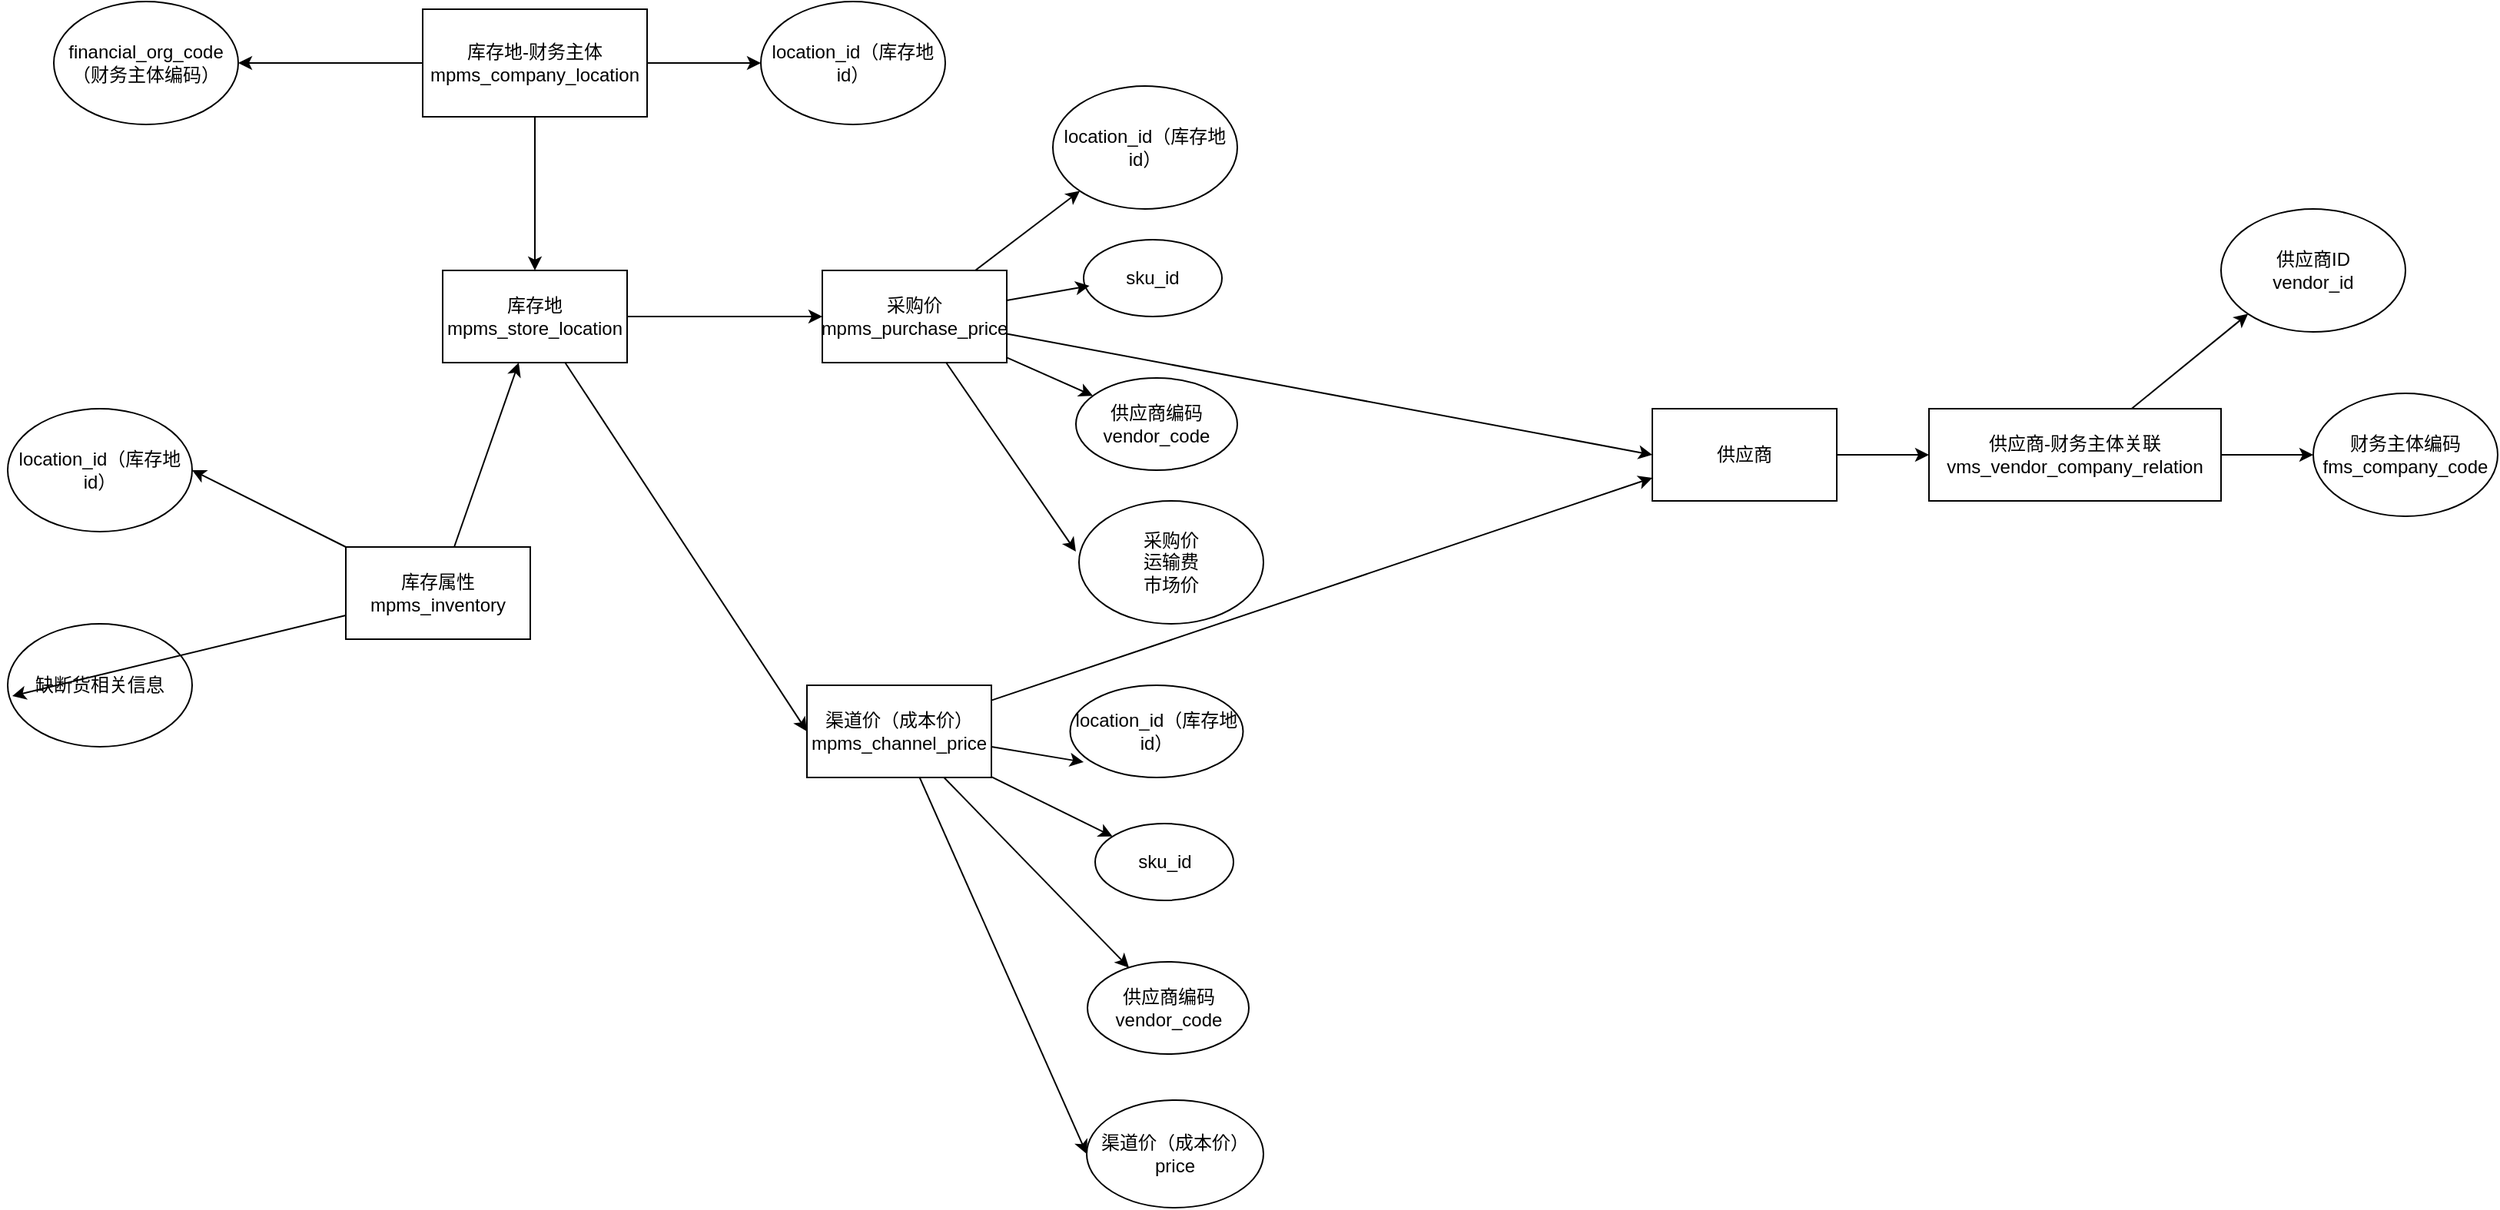
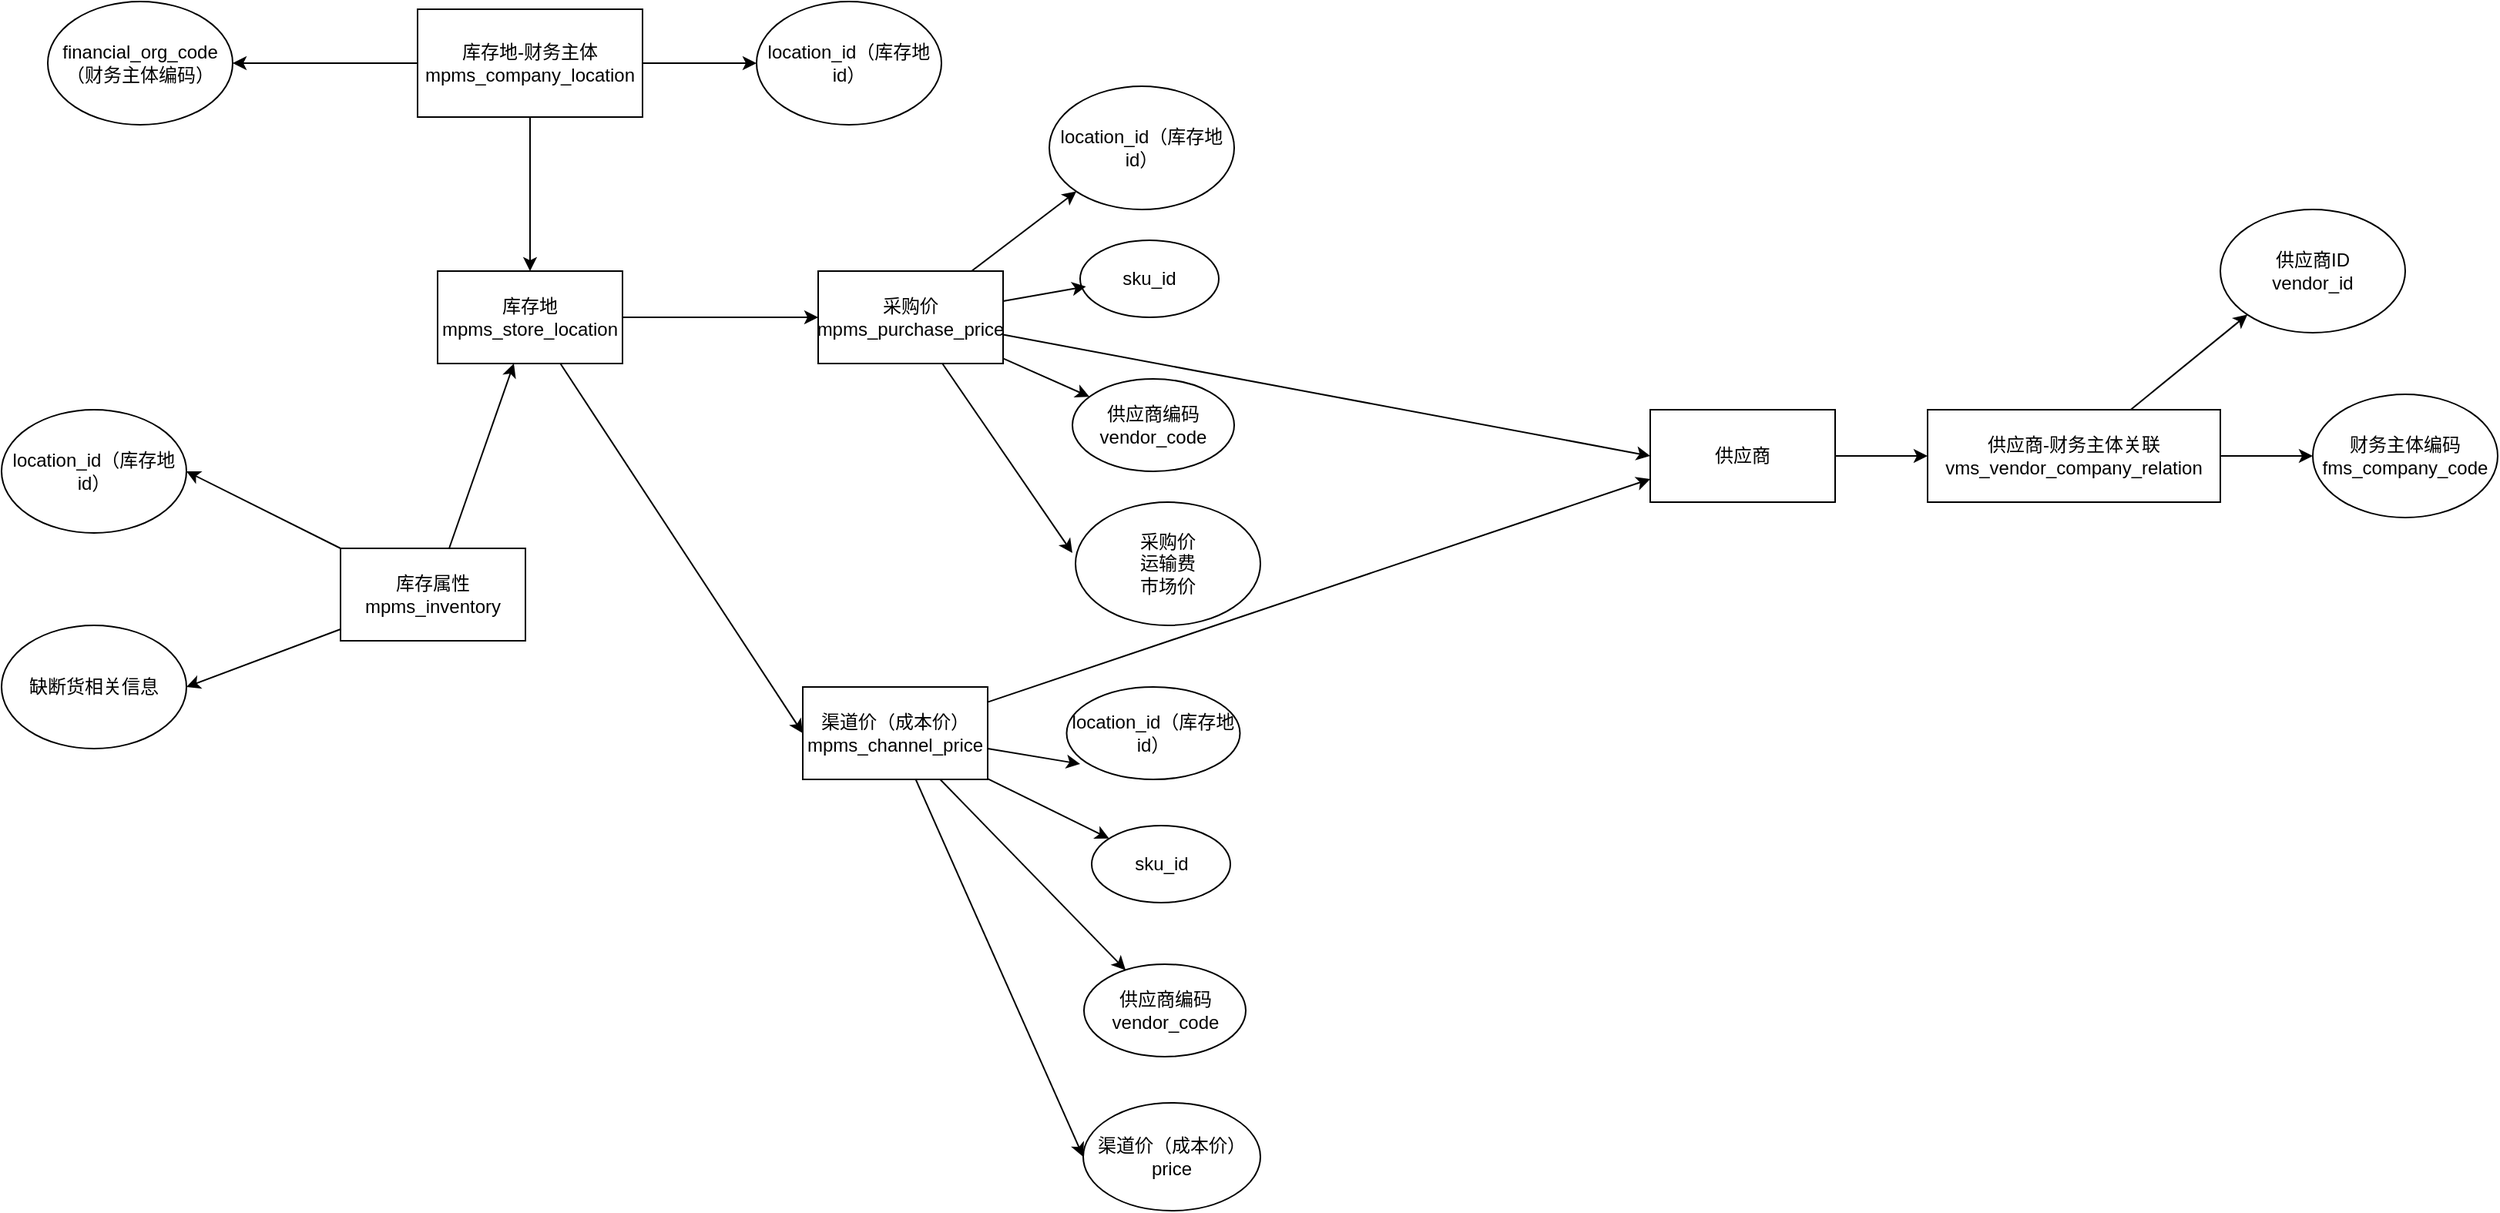
<mxfile host="app.diagrams.net">
  <diagram name="第 1 页" id="_-H1i7JenuiPokZSvulY">
    <mxGraphModel dx="1006" dy="593" grid="1" gridSize="10" guides="1" tooltips="1" connect="1" arrows="1" fold="1" page="1" pageScale="1" pageWidth="827" pageHeight="1169" math="0" shadow="0">
      <root>
        <mxCell id="0" />
        <mxCell id="1" parent="0" />
        <mxCell id="jKAomShpNNPLITlztvu1-15" edge="1" parent="1" source="jKAomShpNNPLITlztvu1-1" style="rounded=0;orthogonalLoop=1;jettySize=auto;html=1;entryX=0;entryY=0.5;entryDx=0;entryDy=0;" target="jKAomShpNNPLITlztvu1-14">
          <mxGeometry relative="1" as="geometry" />
        </mxCell>
        <mxCell id="_Bje_9z_HBgtsjj9f77f-2" edge="1" parent="1" source="jKAomShpNNPLITlztvu1-1" style="rounded=0;orthogonalLoop=1;jettySize=auto;html=1;entryX=0;entryY=0.5;entryDx=0;entryDy=0;" target="_Bje_9z_HBgtsjj9f77f-1">
          <mxGeometry relative="1" as="geometry" />
        </mxCell>
        <mxCell id="jKAomShpNNPLITlztvu1-1" parent="1" style="rounded=0;whiteSpace=wrap;html=1;" value="库存地mpms_store_location" vertex="1">
          <mxGeometry height="60" width="120" x="293" y="180" as="geometry" />
        </mxCell>
        <mxCell id="jKAomShpNNPLITlztvu1-4" edge="1" parent="1" source="jKAomShpNNPLITlztvu1-2" style="rounded=0;orthogonalLoop=1;jettySize=auto;html=1;" target="jKAomShpNNPLITlztvu1-3">
          <mxGeometry relative="1" as="geometry" />
        </mxCell>
        <mxCell id="jKAomShpNNPLITlztvu1-6" edge="1" parent="1" source="jKAomShpNNPLITlztvu1-2" style="edgeStyle=orthogonalEdgeStyle;rounded=0;orthogonalLoop=1;jettySize=auto;html=1;entryX=1;entryY=0.5;entryDx=0;entryDy=0;" target="jKAomShpNNPLITlztvu1-5">
          <mxGeometry relative="1" as="geometry" />
        </mxCell>
        <mxCell id="jKAomShpNNPLITlztvu1-7" edge="1" parent="1" source="jKAomShpNNPLITlztvu1-2" style="rounded=0;orthogonalLoop=1;jettySize=auto;html=1;entryX=0.5;entryY=0;entryDx=0;entryDy=0;" target="jKAomShpNNPLITlztvu1-1">
          <mxGeometry relative="1" as="geometry" />
        </mxCell>
        <mxCell id="jKAomShpNNPLITlztvu1-2" parent="1" style="rounded=0;whiteSpace=wrap;html=1;" value="库存地-财务主体mpms_company_location" vertex="1">
          <mxGeometry height="70" width="146" x="280" y="10" as="geometry" />
        </mxCell>
        <mxCell id="jKAomShpNNPLITlztvu1-3" parent="1" style="ellipse;whiteSpace=wrap;html=1;" value="location_id（库存地id）" vertex="1">
          <mxGeometry height="80" width="120" x="500" y="5" as="geometry" />
        </mxCell>
        <mxCell id="jKAomShpNNPLITlztvu1-5" parent="1" style="ellipse;whiteSpace=wrap;html=1;" value="financial_org_code（财务主体编码）" vertex="1">
          <mxGeometry height="80" width="120" x="40" y="5" as="geometry" />
        </mxCell>
        <mxCell id="jKAomShpNNPLITlztvu1-10" edge="1" parent="1" source="jKAomShpNNPLITlztvu1-8" style="rounded=0;orthogonalLoop=1;jettySize=auto;html=1;entryX=1;entryY=0.5;entryDx=0;entryDy=0;" target="jKAomShpNNPLITlztvu1-9">
          <mxGeometry relative="1" as="geometry" />
        </mxCell>
        <mxCell id="jKAomShpNNPLITlztvu1-11" edge="1" parent="1" source="jKAomShpNNPLITlztvu1-8" style="rounded=0;orthogonalLoop=1;jettySize=auto;html=1;" target="jKAomShpNNPLITlztvu1-1">
          <mxGeometry relative="1" as="geometry" />
        </mxCell>
        <mxCell id="jKAomShpNNPLITlztvu1-8" parent="1" style="rounded=0;whiteSpace=wrap;html=1;" value="库存属性mpms_inventory" vertex="1">
          <mxGeometry height="60" width="120" x="230" y="360" as="geometry" />
        </mxCell>
        <mxCell id="jKAomShpNNPLITlztvu1-9" parent="1" style="ellipse;whiteSpace=wrap;html=1;" value="location_id（库存地id）" vertex="1">
          <mxGeometry height="80" width="120" x="10" y="270" as="geometry" />
        </mxCell>
        <mxCell id="jKAomShpNNPLITlztvu1-12" parent="1" style="ellipse;whiteSpace=wrap;html=1;" value="缺断货相关信息" vertex="1">
          <mxGeometry height="80" width="120" x="10" y="410" as="geometry" />
        </mxCell>
-         <mxCell id="jKAomShpNNPLITlztvu1-13" edge="1" parent="1" source="jKAomShpNNPLITlztvu1-8" style="rounded=0;orthogonalLoop=1;jettySize=auto;html=1;entryX=0.025;entryY=0.588;entryDx=0;entryDy=0;entryPerimeter=0;" target="jKAomShpNNPLITlztvu1-12">
+         <mxCell id="jKAomShpNNPLITlztvu1-13" edge="1" parent="1" source="jKAomShpNNPLITlztvu1-8" style="rounded=0;orthogonalLoop=1;jettySize=auto;html=1;entryX=1;entryY=0.5;entryDx=0;entryDy=0;" target="jKAomShpNNPLITlztvu1-12">
          <mxGeometry relative="1" as="geometry" />
        </mxCell>
        <mxCell id="jKAomShpNNPLITlztvu1-17" edge="1" parent="1" source="jKAomShpNNPLITlztvu1-14" style="rounded=0;orthogonalLoop=1;jettySize=auto;html=1;entryX=0;entryY=1;entryDx=0;entryDy=0;" target="jKAomShpNNPLITlztvu1-16">
          <mxGeometry relative="1" as="geometry" />
        </mxCell>
        <mxCell id="jKAomShpNNPLITlztvu1-22" edge="1" parent="1" source="jKAomShpNNPLITlztvu1-14" style="rounded=0;orthogonalLoop=1;jettySize=auto;html=1;" target="jKAomShpNNPLITlztvu1-21">
          <mxGeometry relative="1" as="geometry" />
        </mxCell>
        <mxCell id="_Bje_9z_HBgtsjj9f77f-19" edge="1" parent="1" source="jKAomShpNNPLITlztvu1-14" style="rounded=0;orthogonalLoop=1;jettySize=auto;html=1;entryX=0;entryY=0.5;entryDx=0;entryDy=0;" target="_Bje_9z_HBgtsjj9f77f-11">
          <mxGeometry relative="1" as="geometry" />
        </mxCell>
        <mxCell id="jKAomShpNNPLITlztvu1-14" parent="1" style="rounded=0;whiteSpace=wrap;html=1;" value="采购价mpms_purchase_price" vertex="1">
          <mxGeometry height="60" width="120" x="540" y="180" as="geometry" />
        </mxCell>
        <mxCell id="jKAomShpNNPLITlztvu1-16" parent="1" style="ellipse;whiteSpace=wrap;html=1;" value="location_id（库存地id）" vertex="1">
          <mxGeometry height="80" width="120" x="690" y="60" as="geometry" />
        </mxCell>
        <mxCell id="jKAomShpNNPLITlztvu1-18" parent="1" style="ellipse;whiteSpace=wrap;html=1;" value="sku_id" vertex="1">
          <mxGeometry height="50" width="90" x="710" y="160" as="geometry" />
        </mxCell>
        <mxCell id="jKAomShpNNPLITlztvu1-19" edge="1" parent="1" source="jKAomShpNNPLITlztvu1-14" style="rounded=0;orthogonalLoop=1;jettySize=auto;html=1;entryX=0.042;entryY=0.6;entryDx=0;entryDy=0;entryPerimeter=0;" target="jKAomShpNNPLITlztvu1-18">
          <mxGeometry relative="1" as="geometry" />
        </mxCell>
        <mxCell id="jKAomShpNNPLITlztvu1-21" parent="1" style="ellipse;whiteSpace=wrap;html=1;" value="供应商编码vendor_code" vertex="1">
          <mxGeometry height="60" width="105" x="705" y="250" as="geometry" />
        </mxCell>
        <mxCell id="jKAomShpNNPLITlztvu1-23" parent="1" style="ellipse;whiteSpace=wrap;html=1;" value="采购价&lt;br&gt;运输费&lt;br&gt;市场价" vertex="1">
          <mxGeometry height="80" width="120" x="707" y="330" as="geometry" />
        </mxCell>
        <mxCell id="jKAomShpNNPLITlztvu1-25" edge="1" parent="1" source="jKAomShpNNPLITlztvu1-14" style="rounded=0;orthogonalLoop=1;jettySize=auto;html=1;entryX=-0.017;entryY=0.413;entryDx=0;entryDy=0;entryPerimeter=0;" target="jKAomShpNNPLITlztvu1-23">
          <mxGeometry relative="1" as="geometry" />
        </mxCell>
        <mxCell id="_Bje_9z_HBgtsjj9f77f-7" edge="1" parent="1" source="_Bje_9z_HBgtsjj9f77f-1" style="rounded=0;orthogonalLoop=1;jettySize=auto;html=1;" target="_Bje_9z_HBgtsjj9f77f-4">
          <mxGeometry relative="1" as="geometry" />
        </mxCell>
        <mxCell id="_Bje_9z_HBgtsjj9f77f-8" edge="1" parent="1" source="_Bje_9z_HBgtsjj9f77f-1" style="rounded=0;orthogonalLoop=1;jettySize=auto;html=1;" target="_Bje_9z_HBgtsjj9f77f-5">
          <mxGeometry relative="1" as="geometry" />
        </mxCell>
        <mxCell id="_Bje_9z_HBgtsjj9f77f-10" edge="1" parent="1" source="_Bje_9z_HBgtsjj9f77f-1" style="rounded=0;orthogonalLoop=1;jettySize=auto;html=1;entryX=0;entryY=0.5;entryDx=0;entryDy=0;" target="_Bje_9z_HBgtsjj9f77f-9">
          <mxGeometry relative="1" as="geometry" />
        </mxCell>
        <mxCell id="_Bje_9z_HBgtsjj9f77f-20" edge="1" parent="1" source="_Bje_9z_HBgtsjj9f77f-1" style="rounded=0;orthogonalLoop=1;jettySize=auto;html=1;entryX=0;entryY=0.75;entryDx=0;entryDy=0;" target="_Bje_9z_HBgtsjj9f77f-11">
          <mxGeometry relative="1" as="geometry" />
        </mxCell>
        <mxCell id="_Bje_9z_HBgtsjj9f77f-1" parent="1" style="rounded=0;whiteSpace=wrap;html=1;" value="渠道价（成本价）&lt;div&gt;mpms_channel_price&lt;/div&gt;" vertex="1">
          <mxGeometry height="60" width="120" x="530" y="450" as="geometry" />
        </mxCell>
        <mxCell id="_Bje_9z_HBgtsjj9f77f-3" parent="1" style="ellipse;whiteSpace=wrap;html=1;" value="location_id（库存地id）" vertex="1">
          <mxGeometry height="60" width="112.5" x="701.25" y="450" as="geometry" />
        </mxCell>
        <mxCell id="_Bje_9z_HBgtsjj9f77f-4" parent="1" style="ellipse;whiteSpace=wrap;html=1;" value="sku_id" vertex="1">
          <mxGeometry height="50" width="90" x="717.5" y="540" as="geometry" />
        </mxCell>
        <mxCell id="_Bje_9z_HBgtsjj9f77f-5" parent="1" style="ellipse;whiteSpace=wrap;html=1;" value="供应商编码vendor_code" vertex="1">
          <mxGeometry height="60" width="105" x="712.5" y="630" as="geometry" />
        </mxCell>
        <mxCell id="_Bje_9z_HBgtsjj9f77f-6" edge="1" parent="1" source="_Bje_9z_HBgtsjj9f77f-1" style="rounded=0;orthogonalLoop=1;jettySize=auto;html=1;entryX=0.078;entryY=0.833;entryDx=0;entryDy=0;entryPerimeter=0;" target="_Bje_9z_HBgtsjj9f77f-3">
          <mxGeometry relative="1" as="geometry" />
        </mxCell>
        <mxCell id="_Bje_9z_HBgtsjj9f77f-9" parent="1" style="ellipse;whiteSpace=wrap;html=1;" value="渠道价（成本价）&lt;div&gt;price&lt;/div&gt;" vertex="1">
          <mxGeometry height="70" width="115" x="712" y="720" as="geometry" />
        </mxCell>
        <mxCell id="_Bje_9z_HBgtsjj9f77f-17" edge="1" parent="1" source="_Bje_9z_HBgtsjj9f77f-11" style="rounded=0;orthogonalLoop=1;jettySize=auto;html=1;" target="_Bje_9z_HBgtsjj9f77f-12">
          <mxGeometry relative="1" as="geometry" />
        </mxCell>
        <mxCell id="_Bje_9z_HBgtsjj9f77f-11" parent="1" style="rounded=0;whiteSpace=wrap;html=1;" value="供应商" vertex="1">
          <mxGeometry height="60" width="120" x="1080" y="270" as="geometry" />
        </mxCell>
        <mxCell id="_Bje_9z_HBgtsjj9f77f-14" edge="1" parent="1" source="_Bje_9z_HBgtsjj9f77f-12" style="rounded=0;orthogonalLoop=1;jettySize=auto;html=1;entryX=0;entryY=1;entryDx=0;entryDy=0;" target="_Bje_9z_HBgtsjj9f77f-13">
          <mxGeometry relative="1" as="geometry" />
        </mxCell>
        <mxCell id="_Bje_9z_HBgtsjj9f77f-16" edge="1" parent="1" source="_Bje_9z_HBgtsjj9f77f-12" style="rounded=0;orthogonalLoop=1;jettySize=auto;html=1;entryX=0;entryY=0.5;entryDx=0;entryDy=0;" target="_Bje_9z_HBgtsjj9f77f-15">
          <mxGeometry relative="1" as="geometry" />
        </mxCell>
        <mxCell id="_Bje_9z_HBgtsjj9f77f-12" parent="1" style="rounded=0;whiteSpace=wrap;html=1;" value="供应商-财务主体关联vms_vendor_company_relation" vertex="1">
          <mxGeometry height="60" width="190" x="1260" y="270" as="geometry" />
        </mxCell>
        <mxCell id="_Bje_9z_HBgtsjj9f77f-13" parent="1" style="ellipse;whiteSpace=wrap;html=1;" value="供应商ID&lt;div&gt;vendor_id&lt;/div&gt;" vertex="1">
          <mxGeometry height="80" width="120" x="1450" y="140" as="geometry" />
        </mxCell>
        <mxCell id="_Bje_9z_HBgtsjj9f77f-15" parent="1" style="ellipse;whiteSpace=wrap;html=1;" value="财务主体编码&lt;div&gt;fms_company_code&lt;/div&gt;" vertex="1">
          <mxGeometry height="80" width="120" x="1510" y="260" as="geometry" />
        </mxCell>
      </root>
    </mxGraphModel>
  </diagram>
</mxfile>
